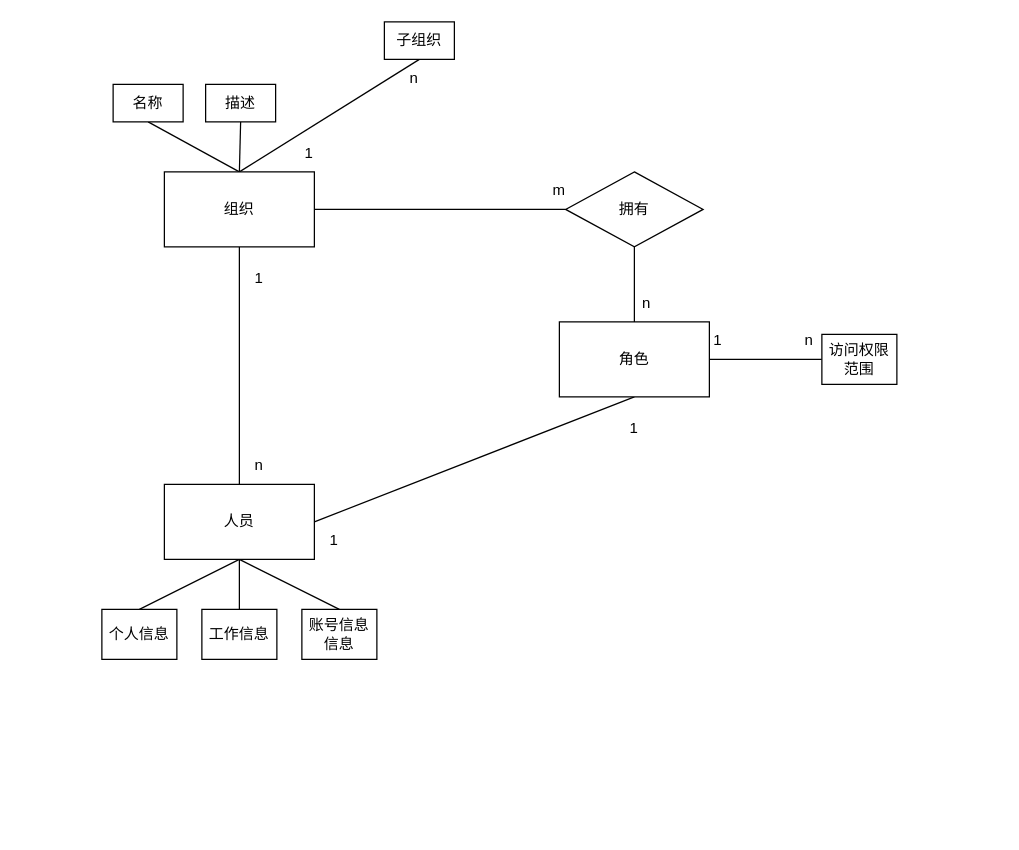
joker20020/ERP keeps this draw.io diagram as xt/图片/组织人员E-R图.drawio. Above is the earlier version. Source tidied: cells renumbered, new cells numbered last; positions are measured from the earlier drawing's top-left corner, leaving out a move shared by most shapes. Both pictures are drawn from the tidied source at 125%, with x=0, y=0 at pixel (101, 21).
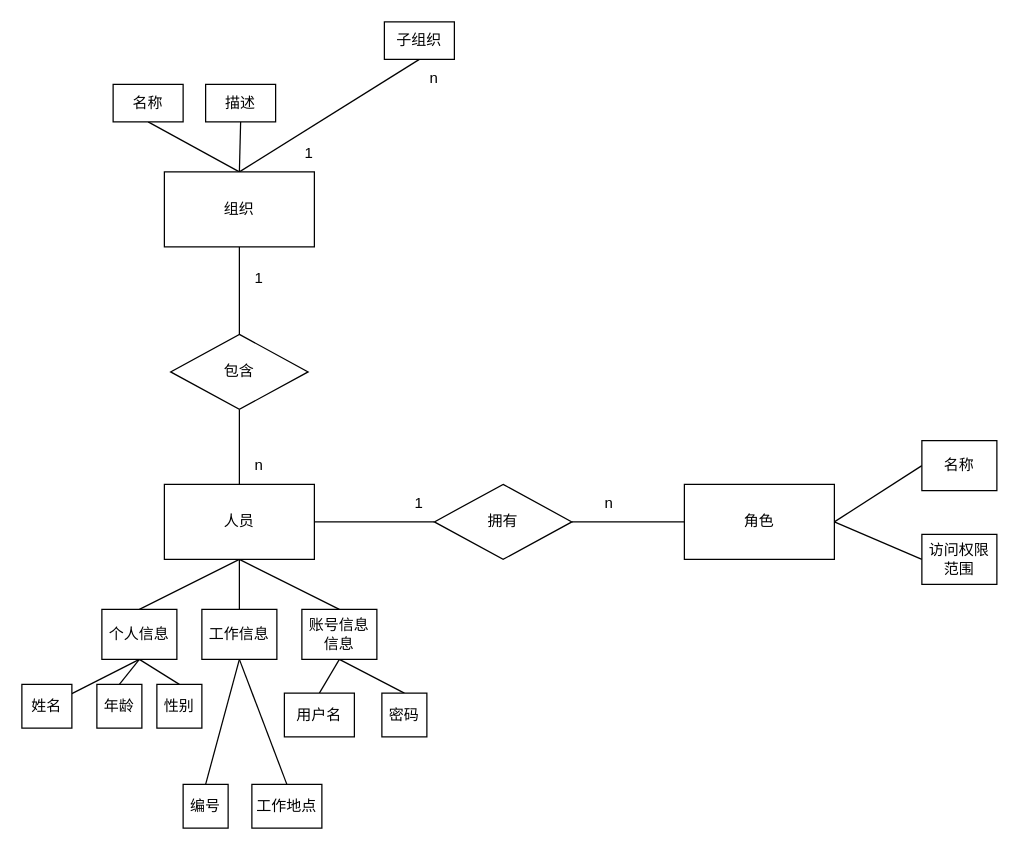
The same page after the edit.

Unchanged cells that the change refers to:
```xml
<mxCell id="7" value="组织" style="rounded=0;whiteSpace=wrap;html=1;" parent="1" vertex="1">
  <mxGeometry x="50" y="120" width="120" height="60" as="geometry" />
</mxCell>
<mxCell id="12" value="人员" style="rounded=0;whiteSpace=wrap;html=1;" parent="1" vertex="1">
  <mxGeometry x="50" y="370" width="120" height="60" as="geometry" />
</mxCell>
<mxCell id="23" value="工作信息" style="rounded=0;whiteSpace=wrap;html=1;" parent="1" vertex="1">
  <mxGeometry x="80" y="470" width="60" height="40" as="geometry" />
</mxCell>
<mxCell id="24" value="个人信息" style="rounded=0;whiteSpace=wrap;html=1;" parent="1" vertex="1">
  <mxGeometry y="470" width="60" height="40" as="geometry" />
</mxCell>
<mxCell id="25" value="账号信息信息" style="rounded=0;whiteSpace=wrap;html=1;" parent="1" vertex="1">
  <mxGeometry x="160" y="470" width="60" height="40" as="geometry" />
</mxCell>
```

What changed in the source:
```diff
@@
-    <mxCell id="2" style="edgeStyle=orthogonalEdgeStyle;rounded=0;jettySize=auto;html=1;exitX=0.5;exitY=1;exitDx=0;exitDy=0;entryX=0.5;entryY=0;entryDx=0;entryDy=0;endArrow=none;endFill=0;" parent="1" edge="1" source="7" target="12">
-      <mxGeometry relative="1" as="geometry" />
-    </mxCell>
-    <mxCell id="3" style="edgeStyle=none;rounded=0;jettySize=auto;html=1;exitX=1;exitY=0.5;exitDx=0;exitDy=0;entryX=0;entryY=0.5;entryDx=0;entryDy=0;endArrow=none;endFill=0;" parent="1" edge="1" source="7" target="20">
-      <mxGeometry relative="1" as="geometry" />
-    </mxCell>
@@
+    <mxCell id="34" style="edgeStyle=orthogonalEdgeStyle;rounded=0;jettySize=auto;html=1;exitX=0.5;exitY=1;exitDx=0;exitDy=0;endArrow=none;endFill=0;" parent="1" edge="1" source="7" target="46">
+      <mxGeometry relative="1" as="geometry" />
+    </mxCell>
@@
-    <mxCell id="8" style="edgeStyle=none;rounded=0;jettySize=auto;html=1;exitX=1;exitY=0.5;exitDx=0;exitDy=0;entryX=0.5;entryY=1;entryDx=0;entryDy=0;endArrow=none;endFill=0;" parent="1" edge="1" source="12" target="14">
-      <mxGeometry relative="1" as="geometry" />
-    </mxCell>
@@
+    <mxCell id="35" style="edgeStyle=orthogonalEdgeStyle;rounded=0;jettySize=auto;html=1;exitX=1;exitY=0.5;exitDx=0;exitDy=0;entryX=0;entryY=0.5;entryDx=0;entryDy=0;endArrow=none;endFill=0;" parent="1" edge="1" source="12" target="20">
+      <mxGeometry relative="1" as="geometry" />
+    </mxCell>
@@
-    <mxCell id="13" style="edgeStyle=none;rounded=0;jettySize=auto;html=1;exitX=1;exitY=0.5;exitDx=0;exitDy=0;entryX=0;entryY=0.5;entryDx=0;entryDy=0;endArrow=none;endFill=0;" parent="1" edge="1" source="14" target="26">
-      <mxGeometry relative="1" as="geometry" />
-    </mxCell>
     <mxCell id="14" value="角色" style="rounded=0;whiteSpace=wrap;html=1;" parent="1" vertex="1">
-      <mxGeometry x="366" y="240" width="120" height="60" as="geometry" />
+      <mxGeometry x="466" y="370" width="120" height="60" as="geometry" />
     </mxCell>
@@
     <mxCell id="17" value="1" style="text;html=1;strokeColor=none;fillColor=none;align=center;verticalAlign=middle;whiteSpace=wrap;rounded=0;" parent="1" vertex="1">
-      <mxGeometry x="156" y="400" width="60" height="30" as="geometry" />
+      <mxGeometry x="224" y="370" width="60" height="30" as="geometry" />
     </mxCell>
-    <mxCell id="18" value="1" style="text;html=1;strokeColor=none;fillColor=none;align=center;verticalAlign=middle;whiteSpace=wrap;rounded=0;" parent="1" vertex="1">
-      <mxGeometry x="396" y="310" width="60" height="30" as="geometry" />
-    </mxCell>
-    <mxCell id="19" style="edgeStyle=none;rounded=0;jettySize=auto;html=1;exitX=0.5;exitY=1;exitDx=0;exitDy=0;entryX=0.5;entryY=0;entryDx=0;entryDy=0;endArrow=none;endFill=0;" parent="1" edge="1" source="20" target="14">
+    <mxCell id="19" style="edgeStyle=orthogonalEdgeStyle;rounded=0;jettySize=auto;html=1;exitX=1;exitY=0.5;exitDx=0;exitDy=0;entryX=0;entryY=0.5;entryDx=0;entryDy=0;endArrow=none;endFill=0;" parent="1" edge="1" source="20" target="14">
       <mxGeometry relative="1" as="geometry" />
     </mxCell>
     <mxCell id="20" value="拥有" style="rhombus;whiteSpace=wrap;html=1;" parent="1" vertex="1">
-      <mxGeometry x="371" y="120" width="110" height="60" as="geometry" />
+      <mxGeometry x="266" y="370" width="110" height="60" as="geometry" />
     </mxCell>
-    <mxCell id="21" value="m" style="text;html=1;strokeColor=none;fillColor=none;align=center;verticalAlign=middle;whiteSpace=wrap;rounded=0;" parent="1" vertex="1">
-      <mxGeometry x="336" y="120" width="60" height="30" as="geometry" />
-    </mxCell>
-    <mxCell id="22" value="n" style="text;html=1;strokeColor=none;fillColor=none;align=center;verticalAlign=middle;whiteSpace=wrap;rounded=0;" parent="1" vertex="1">
-      <mxGeometry x="406" y="210" width="60" height="30" as="geometry" />
-    </mxCell>
+    <mxCell id="36" style="rounded=0;jettySize=auto;html=1;exitX=0.5;exitY=1;exitDx=0;exitDy=0;entryX=0.5;entryY=0;entryDx=0;entryDy=0;endArrow=none;endFill=0;" parent="1" edge="1" source="23" target="52">
+      <mxGeometry relative="1" as="geometry" />
+    </mxCell>
+    <mxCell id="37" style="rounded=0;jettySize=auto;html=1;exitX=0.5;exitY=1;exitDx=0;exitDy=0;entryX=0.5;entryY=0;entryDx=0;entryDy=0;endArrow=none;endFill=0;" parent="1" edge="1" source="23" target="53">
+      <mxGeometry relative="1" as="geometry" />
+    </mxCell>
@@
+    <mxCell id="38" style="rounded=0;jettySize=auto;html=1;exitX=0.5;exitY=1;exitDx=0;exitDy=0;endArrow=none;endFill=0;" parent="1" edge="1" source="24" target="49">
+      <mxGeometry relative="1" as="geometry" />
+    </mxCell>
+    <mxCell id="39" style="rounded=0;jettySize=auto;html=1;exitX=0.5;exitY=1;exitDx=0;exitDy=0;entryX=0.5;entryY=0;entryDx=0;entryDy=0;endArrow=none;endFill=0;" parent="1" edge="1" source="24" target="50">
+      <mxGeometry relative="1" as="geometry" />
+    </mxCell>
+    <mxCell id="40" style="rounded=0;jettySize=auto;html=1;exitX=0.5;exitY=1;exitDx=0;exitDy=0;entryX=0.5;entryY=0;entryDx=0;entryDy=0;endArrow=none;endFill=0;" parent="1" edge="1" source="24" target="51">
+      <mxGeometry relative="1" as="geometry" />
+    </mxCell>
@@
+    <mxCell id="41" style="rounded=0;jettySize=auto;html=1;exitX=0.5;exitY=1;exitDx=0;exitDy=0;entryX=0.5;entryY=0;entryDx=0;entryDy=0;endArrow=none;endFill=0;" parent="1" edge="1" source="25" target="55">
+      <mxGeometry relative="1" as="geometry" />
+    </mxCell>
+    <mxCell id="42" style="rounded=0;jettySize=auto;html=1;exitX=0.5;exitY=1;exitDx=0;exitDy=0;entryX=0.5;entryY=0;entryDx=0;entryDy=0;endArrow=none;endFill=0;" parent="1" edge="1" source="25" target="54">
+      <mxGeometry relative="1" as="geometry" />
+    </mxCell>
@@
+    <mxCell id="43" style="rounded=0;jettySize=auto;html=1;exitX=0;exitY=0.5;exitDx=0;exitDy=0;entryX=1;entryY=0.5;entryDx=0;entryDy=0;endArrow=none;endFill=0;" parent="1" edge="1" source="26" target="14">
+      <mxGeometry relative="1" as="geometry" />
+    </mxCell>
     <mxCell id="26" value="访问权限范围" style="rounded=0;whiteSpace=wrap;html=1;" parent="1" vertex="1">
-      <mxGeometry x="576" y="250" width="60" height="40" as="geometry" />
+      <mxGeometry x="656" y="410" width="60" height="40" as="geometry" />
     </mxCell>
-    <mxCell id="27" value="1" style="text;html=1;strokeColor=none;fillColor=none;align=center;verticalAlign=middle;whiteSpace=wrap;rounded=0;" parent="1" vertex="1">
-      <mxGeometry x="463" y="240" width="60" height="30" as="geometry" />
-    </mxCell>
-    <mxCell id="28" value="n" style="text;html=1;strokeColor=none;fillColor=none;align=center;verticalAlign=middle;whiteSpace=wrap;rounded=0;" parent="1" vertex="1">
-      <mxGeometry x="536" y="240" width="60" height="30" as="geometry" />
-    </mxCell>
@@
     <mxCell id="33" value="n" style="text;html=1;strokeColor=none;fillColor=none;align=center;verticalAlign=middle;whiteSpace=wrap;rounded=0;" parent="1" vertex="1">
-      <mxGeometry x="220" y="30" width="60" height="30" as="geometry" />
+      <mxGeometry x="236" y="30" width="60" height="30" as="geometry" />
     </mxCell>
+    <mxCell id="44" value="n" style="text;html=1;strokeColor=none;fillColor=none;align=center;verticalAlign=middle;whiteSpace=wrap;rounded=0;" parent="1" vertex="1">
+      <mxGeometry x="376" y="370" width="60" height="30" as="geometry" />
+    </mxCell>
+    <mxCell id="45" style="edgeStyle=orthogonalEdgeStyle;rounded=0;jettySize=auto;html=1;exitX=0.5;exitY=1;exitDx=0;exitDy=0;entryX=0.5;entryY=0;entryDx=0;entryDy=0;endArrow=none;endFill=0;" parent="1" edge="1" source="46" target="12">
+      <mxGeometry relative="1" as="geometry" />
+    </mxCell>
+    <mxCell id="46" value="包含" style="rhombus;whiteSpace=wrap;html=1;" parent="1" vertex="1">
+      <mxGeometry x="55" y="250" width="110" height="60" as="geometry" />
+    </mxCell>
+    <mxCell id="47" style="rounded=0;jettySize=auto;html=1;exitX=0;exitY=0.5;exitDx=0;exitDy=0;entryX=1;entryY=0.5;entryDx=0;entryDy=0;endArrow=none;endFill=0;" parent="1" edge="1" source="48" target="14">
+      <mxGeometry relative="1" as="geometry" />
+    </mxCell>
+    <mxCell id="48" value="名称" style="rounded=0;whiteSpace=wrap;html=1;" parent="1" vertex="1">
+      <mxGeometry x="656" y="335" width="60" height="40" as="geometry" />
+    </mxCell>
+    <mxCell id="49" value="姓名" style="rounded=0;whiteSpace=wrap;html=1;" parent="1" vertex="1">
+      <mxGeometry x="-64" y="530" width="40" height="35" as="geometry" />
+    </mxCell>
+    <mxCell id="50" value="年龄" style="rounded=0;whiteSpace=wrap;html=1;" parent="1" vertex="1">
+      <mxGeometry x="-4" y="530" width="36" height="35" as="geometry" />
+    </mxCell>
+    <mxCell id="51" value="性别" style="rounded=0;whiteSpace=wrap;html=1;" parent="1" vertex="1">
+      <mxGeometry x="44" y="530" width="36" height="35" as="geometry" />
+    </mxCell>
+    <mxCell id="52" value="编号" style="rounded=0;whiteSpace=wrap;html=1;" parent="1" vertex="1">
+      <mxGeometry x="65" y="610" width="36" height="35" as="geometry" />
+    </mxCell>
+    <mxCell id="53" value="工作地点" style="rounded=0;whiteSpace=wrap;html=1;" parent="1" vertex="1">
+      <mxGeometry x="120" y="610" width="56" height="35" as="geometry" />
+    </mxCell>
+    <mxCell id="54" value="密码" style="rounded=0;whiteSpace=wrap;html=1;" parent="1" vertex="1">
+      <mxGeometry x="224" y="537" width="36" height="35" as="geometry" />
+    </mxCell>
+    <mxCell id="55" value="用户名" style="rounded=0;whiteSpace=wrap;html=1;" parent="1" vertex="1">
+      <mxGeometry x="146" y="537" width="56" height="35" as="geometry" />
+    </mxCell>
```
